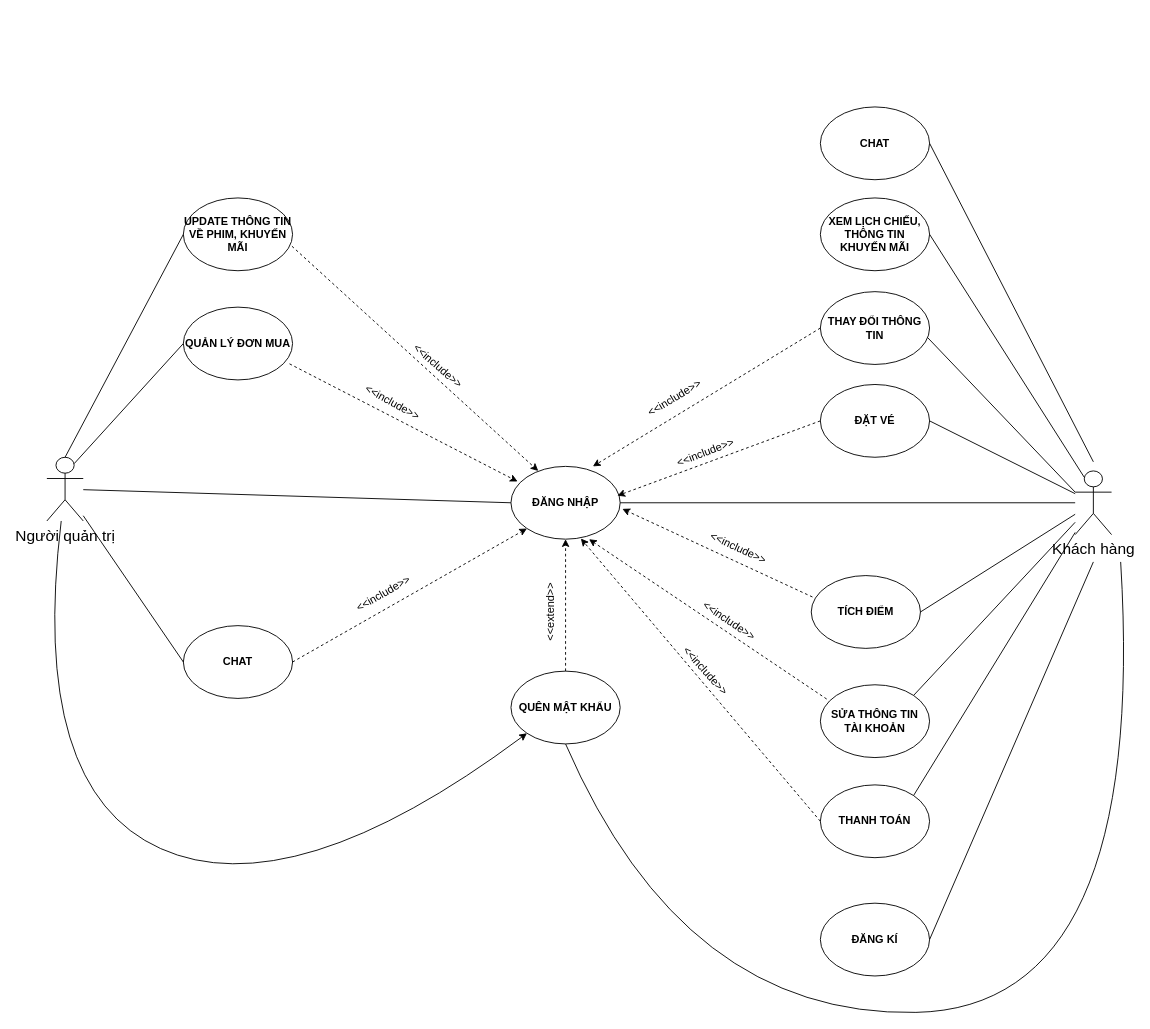
Earlier version of the draw.io diagram Biểu đồ không có tiêu đề.drawio (tuanthanhhh/tuanthanhhh). Source tidied: cells renumbered, new cells numbered last; positions are measured from the earlier drawing's top-left corner, leaving out a move shared by most shapes. Both pictures are drawn from the tidied source at 91%, with x=0, y=0 at pixel (28, 106).
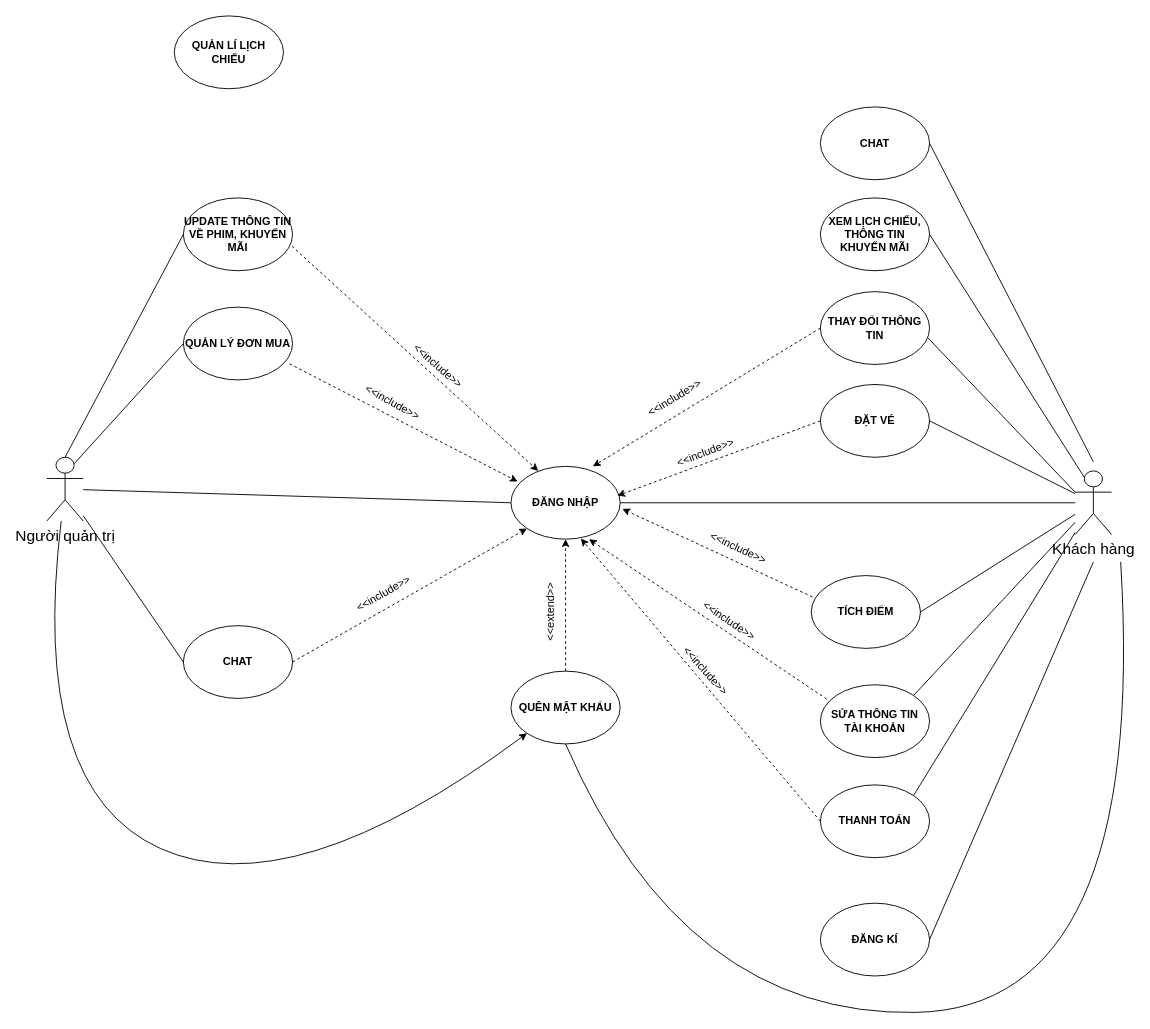
After the change.

Commit message:
Cập nhật Biểu đồ không có tiêu đề.drawio

The edit, as a diff of the source:
```diff
@@
+    <mxCell id="50" value="&lt;b&gt;QUẢN LÍ LỊCH CHIẾU&lt;/b&gt;" style="ellipse;whiteSpace=wrap;html=1;" parent="1" vertex="1">
+      <mxGeometry x="160" y="-100" width="120" height="80" as="geometry" />
+    </mxCell>
```
